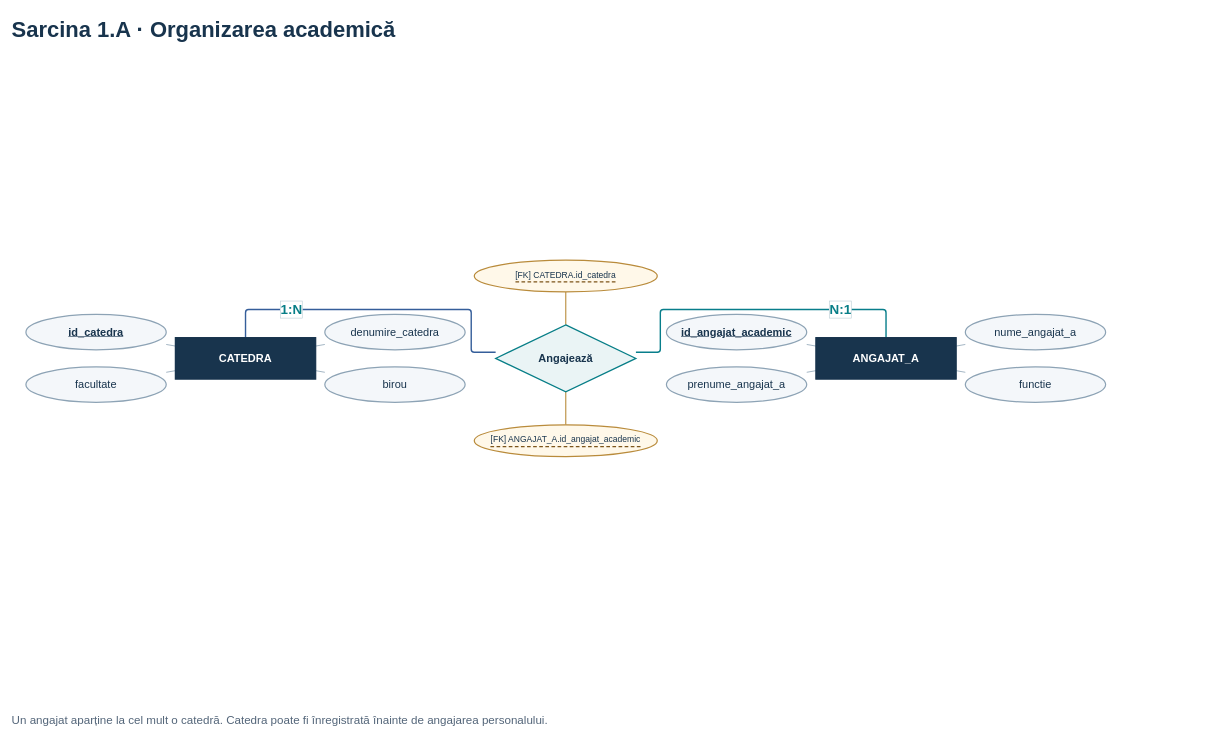
The draw.io diagram page "1.A · ER" (1 of 18) of lab 1/FINAL - Sarcinile 1-5/Laborator_1_Sarcinile_1-5_Simplificat.drawio in yuliitezarygml/bazele-de-date, before the edit. Source tidied: cells renumbered, new cells numbered last; positions are measured from the earlier drawing's top-left corner, leaving out a move shared by most shapes. Both pictures are drawn from the tidied source at 61%, with x=0, y=0 at pixel (10, 10).
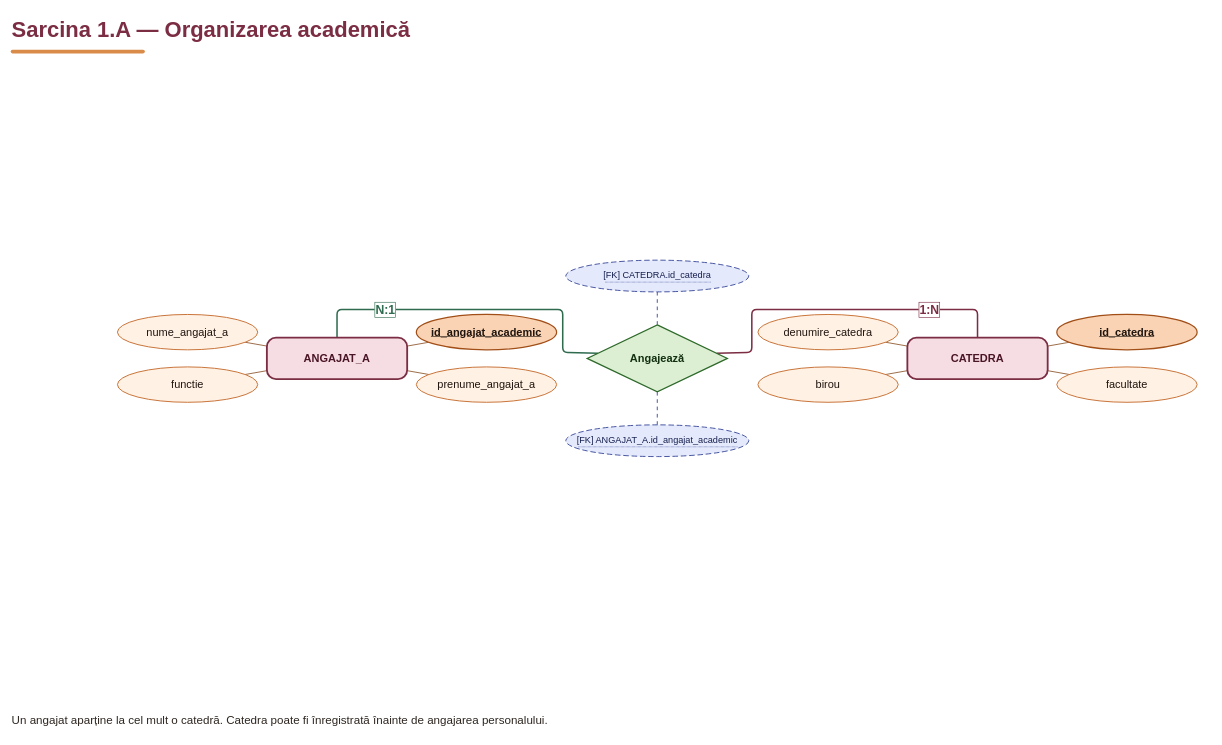
The same page after the edit.

Change to the diagram source:
```diff
@@
-    <mxCell id="2" style="edgeStyle=none;html=1;rounded=0;endArrow=none;strokeColor=#B98B3B;strokeWidth=1.8;fontFamily=Arial;fontSize=22;fontColor=#077E87;labelBackgroundColor=#FFFFFF;dashed=0;exitX=0.5;exitY=0;entryX=0.5;entryY=1;arcSize=10;jumpStyle=none;jumpSize=8;fontStyle=1;labelBorderColor=#D7E2E9;spacing=5;startArrow=none;" parent="1" edge="1" source="25" target="28">
+    <mxCell id="2" style="edgeStyle=none;html=1;rounded=1;arcSize=16;exitX=0.5;exitY=0;entryX=0.5;entryY=1;strokeColor=#3A4A9A;strokeWidth=1.5;dashed=1;dashPattern=4 4;endArrow=none;jumpStyle=gap;jumpSize=10;" parent="1" edge="1" source="25" target="28">
       <mxGeometry relative="1" as="geometry" />
     </mxCell>
-    <mxCell id="3" style="edgeStyle=none;html=1;rounded=0;endArrow=none;strokeColor=#B98B3B;strokeWidth=1.8;fontFamily=Arial;fontSize=22;fontColor=#077E87;labelBackgroundColor=#FFFFFF;dashed=0;exitX=0.5;exitY=1;entryX=0.5;entryY=0;arcSize=10;jumpStyle=none;jumpSize=8;fontStyle=1;labelBorderColor=#D7E2E9;spacing=5;startArrow=none;" parent="1" edge="1" source="25" target="27">
+    <mxCell id="3" style="edgeStyle=none;html=1;rounded=1;arcSize=16;exitX=0.5;exitY=1;entryX=0.5;entryY=0;strokeColor=#3A4A9A;strokeWidth=1.5;dashed=1;dashPattern=4 4;endArrow=none;jumpStyle=gap;jumpSize=10;" parent="1" edge="1" source="25" target="27">
       <mxGeometry relative="1" as="geometry" />
     </mxCell>
-    <mxCell id="4" value="N:1" style="edgeStyle=none;html=1;rounded=1;endArrow=none;strokeColor=#087E8B;strokeWidth=2.3;fontFamily=Arial;fontSize=22;fontColor=#077E87;labelBackgroundColor=#FFFFFF;exitX=0.5;exitY=0;entryX=1;entryY=0.4090909090909091;arcSize=10;jumpStyle=arc;jumpSize=9;fontStyle=1;labelBorderColor=#B9CDD5;spacing=5;" parent="1" edge="1" source="20" target="25">
+    <mxCell id="4" value="N:1" style="edgeStyle=none;html=1;rounded=1;arcSize=16;exitX=0.5;exitY=0;entryX=0;entryY=0.4090909090909091;strokeColor=#2F6B4F;strokeWidth=2.5;endArrow=none;fontFamily=Trebuchet MS;fontSize=20;fontStyle=1;fontColor=#2F6B4F;labelBackgroundColor=#FFFFFF;labelBorderColor=#2F6B4F;spacing=6;jumpStyle=gap;jumpSize=10;" parent="1" edge="1" source="20" target="25">
       <mxGeometry x="-0.54" relative="1" as="geometry">
         <Array as="points">
-          <mxPoint x="1435" y="490" />
-          <mxPoint x="1065" y="490" />
-          <mxPoint x="1065" y="560" />
+          <mxPoint x="535" y="490" />
+          <mxPoint x="905" y="490" />
+          <mxPoint x="905" y="560" />
         </Array>
       </mxGeometry>
     </mxCell>
-    <mxCell id="5" value="1:N" style="edgeStyle=none;html=1;rounded=1;endArrow=none;strokeColor=#355E9A;strokeWidth=2.3;fontFamily=Arial;fontSize=22;fontColor=#077E87;labelBackgroundColor=#FFFFFF;exitX=0.5;exitY=0;entryX=0;entryY=0.4090909090909091;arcSize=10;jumpStyle=arc;jumpSize=9;fontStyle=1;labelBorderColor=#B9CDD5;spacing=5;" parent="1" edge="1" source="15" target="25">
+    <mxCell id="5" value="1:N" style="edgeStyle=none;html=1;rounded=1;arcSize=16;exitX=0.5;exitY=0;entryX=1;entryY=0.4090909090909091;strokeColor=#7B2D43;strokeWidth=2.5;endArrow=none;fontFamily=Trebuchet MS;fontSize=20;fontStyle=1;fontColor=#7B2D43;labelBackgroundColor=#FFFFFF;labelBorderColor=#7B2D43;spacing=6;jumpStyle=gap;jumpSize=10;" parent="1" edge="1" source="15" target="25">
       <mxGeometry x="-0.54" relative="1" as="geometry">
         <Array as="points">
-          <mxPoint x="385" y="490" />
-          <mxPoint x="755" y="490" />
-          <mxPoint x="755" y="560" />
+          <mxPoint x="1585" y="490" />
+          <mxPoint x="1215" y="490" />
+          <mxPoint x="1215" y="560" />
         </Array>
       </mxGeometry>
     </mxCell>
-    <mxCell id="6" style="edgeStyle=none;html=1;rounded=1;endArrow=none;strokeColor=#077E87;strokeWidth=1.8;fontFamily=Arial;fontSize=17;fontColor=#077E87;labelBackgroundColor=#FFFFFF;strokeColor=#8DA3B5;strokeWidth=1.3;" parent="1" edge="1" source="20" target="24">
+    <mxCell id="6" style="edgeStyle=none;html=1;rounded=1;arcSize=16;strokeColor=#9C6A45;strokeWidth=1.6;endArrow=none;jumpStyle=gap;jumpSize=10;" parent="1" edge="1" source="20" target="24">
       <mxGeometry relative="1" as="geometry" />
     </mxCell>
-    <mxCell id="7" style="edgeStyle=none;html=1;rounded=1;endArrow=none;strokeColor=#077E87;strokeWidth=1.8;fontFamily=Arial;fontSize=17;fontColor=#077E87;labelBackgroundColor=#FFFFFF;strokeColor=#8DA3B5;strokeWidth=1.3;" parent="1" edge="1" source="20" target="23">
+    <mxCell id="7" style="edgeStyle=none;html=1;rounded=1;arcSize=16;strokeColor=#9C6A45;strokeWidth=1.6;endArrow=none;jumpStyle=gap;jumpSize=10;" parent="1" edge="1" source="20" target="23">
       <mxGeometry relative="1" as="geometry" />
     </mxCell>
-    <mxCell id="8" style="edgeStyle=none;html=1;rounded=1;endArrow=none;strokeColor=#077E87;strokeWidth=1.8;fontFamily=Arial;fontSize=17;fontColor=#077E87;labelBackgroundColor=#FFFFFF;strokeColor=#8DA3B5;strokeWidth=1.3;" parent="1" edge="1" source="20" target="22">
+    <mxCell id="8" style="edgeStyle=none;html=1;rounded=1;arcSize=16;strokeColor=#9C6A45;strokeWidth=1.6;endArrow=none;jumpStyle=gap;jumpSize=10;" parent="1" edge="1" source="20" target="22">
       <mxGeometry relative="1" as="geometry" />
     </mxCell>
-    <mxCell id="9" style="edgeStyle=none;html=1;rounded=1;endArrow=none;strokeColor=#077E87;strokeWidth=1.8;fontFamily=Arial;fontSize=17;fontColor=#077E87;labelBackgroundColor=#FFFFFF;strokeColor=#8DA3B5;strokeWidth=1.3;" parent="1" edge="1" source="20" target="21">
+    <mxCell id="9" style="edgeStyle=none;html=1;rounded=1;arcSize=16;strokeColor=#9C6A45;strokeWidth=1.6;endArrow=none;jumpStyle=gap;jumpSize=10;" parent="1" edge="1" source="20" target="21">
       <mxGeometry relative="1" as="geometry" />
     </mxCell>
-    <mxCell id="10" style="edgeStyle=none;html=1;rounded=1;endArrow=none;strokeColor=#077E87;strokeWidth=1.8;fontFamily=Arial;fontSize=17;fontColor=#077E87;labelBackgroundColor=#FFFFFF;strokeColor=#8DA3B5;strokeWidth=1.3;" parent="1" edge="1" source="15" target="19">
+    <mxCell id="10" style="edgeStyle=none;html=1;rounded=1;arcSize=16;strokeColor=#9C6A45;strokeWidth=1.6;endArrow=none;jumpStyle=gap;jumpSize=10;" parent="1" edge="1" source="15" target="19">
       <mxGeometry relative="1" as="geometry" />
     </mxCell>
-    <mxCell id="11" style="edgeStyle=none;html=1;rounded=1;endArrow=none;strokeColor=#077E87;strokeWidth=1.8;fontFamily=Arial;fontSize=17;fontColor=#077E87;labelBackgroundColor=#FFFFFF;strokeColor=#8DA3B5;strokeWidth=1.3;" parent="1" edge="1" source="15" target="18">
+    <mxCell id="11" style="edgeStyle=none;html=1;rounded=1;arcSize=16;strokeColor=#9C6A45;strokeWidth=1.6;endArrow=none;jumpStyle=gap;jumpSize=10;" parent="1" edge="1" source="15" target="18">
       <mxGeometry relative="1" as="geometry" />
     </mxCell>
-    <mxCell id="12" style="edgeStyle=none;html=1;rounded=1;endArrow=none;strokeColor=#077E87;strokeWidth=1.8;fontFamily=Arial;fontSize=17;fontColor=#077E87;labelBackgroundColor=#FFFFFF;strokeColor=#8DA3B5;strokeWidth=1.3;" parent="1" edge="1" source="15" target="17">
+    <mxCell id="12" style="edgeStyle=none;html=1;rounded=1;arcSize=16;strokeColor=#9C6A45;strokeWidth=1.6;endArrow=none;jumpStyle=gap;jumpSize=10;" parent="1" edge="1" source="15" target="17">
       <mxGeometry relative="1" as="geometry" />
     </mxCell>
-    <mxCell id="13" style="edgeStyle=none;html=1;rounded=1;endArrow=none;strokeColor=#077E87;strokeWidth=1.8;fontFamily=Arial;fontSize=17;fontColor=#077E87;labelBackgroundColor=#FFFFFF;strokeColor=#8DA3B5;strokeWidth=1.3;" parent="1" edge="1" source="15" target="16">
+    <mxCell id="13" style="edgeStyle=none;html=1;rounded=1;arcSize=16;strokeColor=#9C6A45;strokeWidth=1.6;endArrow=none;jumpStyle=gap;jumpSize=10;" parent="1" edge="1" source="15" target="16">
       <mxGeometry relative="1" as="geometry" />
     </mxCell>
-    <mxCell id="14" value="Sarcina 1.A · Organizarea academică&amp;nbsp;" style="text;html=1;whiteSpace=wrap;overflow=hidden;align=left;verticalAlign=middle;fontFamily=Arial;fontSize=36;fontColor=#18344D;fontStyle=1;" parent="1" vertex="1">
+    <mxCell id="14" value="Sarcina 1.A — Organizarea academică " style="text;html=1;whiteSpace=wrap;fontFamily=Trebuchet MS;fontSize=36;overflow=hidden;align=left;verticalAlign=middle;fontStyle=1;fontColor=#7B2D43;" parent="1" vertex="1">
       <mxGeometry width="1970" height="60" as="geometry" />
     </mxCell>
-    <mxCell id="15" value="&lt;b&gt;CATEDRA&lt;/b&gt;" style="shape=rectangle;html=1;whiteSpace=wrap;align=center;verticalAlign=middle;rounded=0;fontFamily=Arial;fontSize=18;fontColor=#FFFFFF;strokeColor=#18344D;fillColor=#18344D;strokeWidth=2;fontStyle=1;" parent="1" vertex="1">
-      <mxGeometry x="270" y="536" width="230" height="68" as="geometry" />
+    <mxCell id="15" value="&lt;b&gt;CATEDRA&lt;/b&gt;" style="rounded=1;arcSize=22;html=1;whiteSpace=wrap;fontFamily=Trebuchet MS;fontSize=18;align=center;verticalAlign=middle;fontStyle=1;fontColor=#4A1526;fillColor=#F6DCE3;strokeColor=#7B2D43;strokeWidth=3;" parent="1" vertex="1">
+      <mxGeometry x="1470" y="536" width="230" height="68" as="geometry" />
     </mxCell>
-    <mxCell id="16" value="&lt;u&gt;&lt;b&gt;id_catedra&lt;/b&gt;&lt;/u&gt;" style="shape=ellipse;html=1;whiteSpace=wrap;align=center;verticalAlign=middle;rounded=0;fontFamily=Arial;fontSize=18;fontColor=#18344D;strokeColor=#8DA3B5;fillColor=#F4F7FA;strokeWidth=2;fontStyle=0;" parent="1" vertex="1">
-      <mxGeometry x="25" y="498" width="230" height="58" as="geometry" />
+    <mxCell id="16" value="&lt;u&gt;&lt;b&gt;id_catedra&lt;/b&gt;&lt;/u&gt;" style="ellipse;html=1;whiteSpace=wrap;fontFamily=Trebuchet MS;fontSize=18;align=center;verticalAlign=middle;fontColor=#1F140E;fillColor=#F9D3B4;strokeColor=#A24E17;strokeWidth=2;" parent="1" vertex="1">
+      <mxGeometry x="1715" y="498" width="230" height="58" as="geometry" />
     </mxCell>
-    <mxCell id="17" value="denumire_catedra" style="shape=ellipse;html=1;whiteSpace=wrap;align=center;verticalAlign=middle;rounded=0;fontFamily=Arial;fontSize=18;fontColor=#18344D;strokeColor=#8DA3B5;fillColor=#F4F7FA;strokeWidth=2;fontStyle=0;" parent="1" vertex="1">
-      <mxGeometry x="515" y="498" width="230" height="58" as="geometry" />
+    <mxCell id="17" value="denumire_catedra" style="ellipse;html=1;whiteSpace=wrap;fontFamily=Trebuchet MS;fontSize=18;align=center;verticalAlign=middle;fontColor=#1F140E;fillColor=#FFF1E3;strokeColor=#C46A2B;strokeWidth=1.5;" parent="1" vertex="1">
+      <mxGeometry x="1225" y="498" width="230" height="58" as="geometry" />
     </mxCell>
-    <mxCell id="18" value="facultate" style="shape=ellipse;html=1;whiteSpace=wrap;align=center;verticalAlign=middle;rounded=0;fontFamily=Arial;fontSize=18;fontColor=#18344D;strokeColor=#8DA3B5;fillColor=#F4F7FA;strokeWidth=2;fontStyle=0;" parent="1" vertex="1">
-      <mxGeometry x="25" y="584" width="230" height="58" as="geometry" />
+    <mxCell id="18" value="facultate" style="ellipse;html=1;whiteSpace=wrap;fontFamily=Trebuchet MS;fontSize=18;align=center;verticalAlign=middle;fontColor=#1F140E;fillColor=#FFF1E3;strokeColor=#C46A2B;strokeWidth=1.5;" parent="1" vertex="1">
+      <mxGeometry x="1715" y="584" width="230" height="58" as="geometry" />
     </mxCell>
-    <mxCell id="19" value="birou" style="shape=ellipse;html=1;whiteSpace=wrap;align=center;verticalAlign=middle;rounded=0;fontFamily=Arial;fontSize=18;fontColor=#18344D;strokeColor=#8DA3B5;fillColor=#F4F7FA;strokeWidth=2;fontStyle=0;" parent="1" vertex="1">
-      <mxGeometry x="515" y="584" width="230" height="58" as="geometry" />
+    <mxCell id="19" value="birou" style="ellipse;html=1;whiteSpace=wrap;fontFamily=Trebuchet MS;fontSize=18;align=center;verticalAlign=middle;fontColor=#1F140E;fillColor=#FFF1E3;strokeColor=#C46A2B;strokeWidth=1.5;" parent="1" vertex="1">
+      <mxGeometry x="1225" y="584" width="230" height="58" as="geometry" />
     </mxCell>
-    <mxCell id="20" value="&lt;b&gt;ANGAJAT_A&lt;/b&gt;" style="shape=rectangle;html=1;whiteSpace=wrap;align=center;verticalAlign=middle;rounded=0;fontFamily=Arial;fontSize=18;fontColor=#FFFFFF;strokeColor=#18344D;fillColor=#18344D;strokeWidth=2;fontStyle=1;" parent="1" vertex="1">
-      <mxGeometry x="1320" y="536" width="230" height="68" as="geometry" />
+    <mxCell id="20" value="&lt;b&gt;ANGAJAT_A&lt;/b&gt;" style="rounded=1;arcSize=22;html=1;whiteSpace=wrap;fontFamily=Trebuchet MS;fontSize=18;align=center;verticalAlign=middle;fontStyle=1;fontColor=#4A1526;fillColor=#F6DCE3;strokeColor=#7B2D43;strokeWidth=3;" parent="1" vertex="1">
+      <mxGeometry x="420" y="536" width="230" height="68" as="geometry" />
     </mxCell>
-    <mxCell id="21" value="&lt;u&gt;&lt;b&gt;id_angajat_academic&lt;/b&gt;&lt;/u&gt;" style="shape=ellipse;html=1;whiteSpace=wrap;align=center;verticalAlign=middle;rounded=0;fontFamily=Arial;fontSize=18;fontColor=#18344D;strokeColor=#8DA3B5;fillColor=#F4F7FA;strokeWidth=2;fontStyle=0;" parent="1" vertex="1">
-      <mxGeometry x="1075" y="498" width="230" height="58" as="geometry" />
+    <mxCell id="21" value="&lt;u&gt;&lt;b&gt;id_angajat_academic&lt;/b&gt;&lt;/u&gt;" style="ellipse;html=1;whiteSpace=wrap;fontFamily=Trebuchet MS;fontSize=18;align=center;verticalAlign=middle;fontColor=#1F140E;fillColor=#F9D3B4;strokeColor=#A24E17;strokeWidth=2;" parent="1" vertex="1">
+      <mxGeometry x="665" y="498" width="230" height="58" as="geometry" />
     </mxCell>
-    <mxCell id="22" value="nume_angajat_a" style="shape=ellipse;html=1;whiteSpace=wrap;align=center;verticalAlign=middle;rounded=0;fontFamily=Arial;fontSize=18;fontColor=#18344D;strokeColor=#8DA3B5;fillColor=#F4F7FA;strokeWidth=2;fontStyle=0;" parent="1" vertex="1">
-      <mxGeometry x="1565" y="498" width="230" height="58" as="geometry" />
+    <mxCell id="22" value="nume_angajat_a" style="ellipse;html=1;whiteSpace=wrap;fontFamily=Trebuchet MS;fontSize=18;align=center;verticalAlign=middle;fontColor=#1F140E;fillColor=#FFF1E3;strokeColor=#C46A2B;strokeWidth=1.5;" parent="1" vertex="1">
+      <mxGeometry x="175" y="498" width="230" height="58" as="geometry" />
     </mxCell>
-    <mxCell id="23" value="prenume_angajat_a" style="shape=ellipse;html=1;whiteSpace=wrap;align=center;verticalAlign=middle;rounded=0;fontFamily=Arial;fontSize=18;fontColor=#18344D;strokeColor=#8DA3B5;fillColor=#F4F7FA;strokeWidth=2;fontStyle=0;" parent="1" vertex="1">
-      <mxGeometry x="1075" y="584" width="230" height="58" as="geometry" />
+    <mxCell id="23" value="prenume_angajat_a" style="ellipse;html=1;whiteSpace=wrap;fontFamily=Trebuchet MS;fontSize=18;align=center;verticalAlign=middle;fontColor=#1F140E;fillColor=#FFF1E3;strokeColor=#C46A2B;strokeWidth=1.5;" parent="1" vertex="1">
+      <mxGeometry x="665" y="584" width="230" height="58" as="geometry" />
     </mxCell>
-    <mxCell id="24" value="functie" style="shape=ellipse;html=1;whiteSpace=wrap;align=center;verticalAlign=middle;rounded=0;fontFamily=Arial;fontSize=18;fontColor=#18344D;strokeColor=#8DA3B5;fillColor=#F4F7FA;strokeWidth=2;fontStyle=0;" parent="1" vertex="1">
-      <mxGeometry x="1565" y="584" width="230" height="58" as="geometry" />
+    <mxCell id="24" value="functie" style="ellipse;html=1;whiteSpace=wrap;fontFamily=Trebuchet MS;fontSize=18;align=center;verticalAlign=middle;fontColor=#1F140E;fillColor=#FFF1E3;strokeColor=#C46A2B;strokeWidth=1.5;" parent="1" vertex="1">
+      <mxGeometry x="175" y="584" width="230" height="58" as="geometry" />
     </mxCell>
-    <mxCell id="25" value="&lt;b&gt;Angajează&lt;/b&gt;" style="shape=rhombus;html=1;whiteSpace=wrap;align=center;verticalAlign=middle;rounded=0;fontFamily=Arial;fontSize=18;fontColor=#18344D;strokeColor=#077E87;fillColor=#EAF4F5;strokeWidth=2;fontStyle=0;" parent="1" vertex="1">
-      <mxGeometry x="795" y="515" width="230" height="110" as="geometry" />
+    <mxCell id="25" value="&lt;b&gt;Angajează&lt;/b&gt;" style="rhombus;html=1;whiteSpace=wrap;fontFamily=Trebuchet MS;fontSize=18;align=center;verticalAlign=middle;fontColor=#12300F;fillColor=#DCEFD3;strokeColor=#2F6A2B;strokeWidth=2;" parent="1" vertex="1">
+      <mxGeometry x="945" y="515" width="230" height="110" as="geometry" />
     </mxCell>
-    <mxCell id="26" value="Un angajat aparține la cel mult o catedră. Catedra poate fi înregistrată înainte de angajarea personalului." style="text;html=1;whiteSpace=wrap;overflow=hidden;align=left;verticalAlign=middle;fontFamily=Arial;fontSize=19;fontColor=#536579;fontStyle=0;" parent="1" vertex="1">
+    <mxCell id="26" value="Un angajat aparține la cel mult o catedră. Catedra poate fi înregistrată înainte de angajarea personalului." style="text;html=1;whiteSpace=wrap;fontFamily=Trebuchet MS;fontSize=19;overflow=hidden;align=left;verticalAlign=middle;fontStyle=0;fontColor=#2E2620;" parent="1" vertex="1">
       <mxGeometry y="1140" width="1970" height="48" as="geometry" />
     </mxCell>
-    <mxCell id="27" value="&lt;span style=&quot;display:inline-block;border-bottom:2px dashed #7D551A;padding-bottom:2px;&quot;&gt;[FK] ANGAJAT_A.id_angajat_academic&lt;/span&gt;" style="shape=ellipse;html=1;whiteSpace=wrap;align=center;verticalAlign=middle;fontFamily=Arial;fontSize=14;strokeWidth=2;fillColor=#FFF8E9;strokeColor=#B98B3B;fontColor=#18344D;" parent="1" vertex="1">
-      <mxGeometry x="760" y="679" width="300" height="52" as="geometry" />
+    <mxCell id="27" value="&lt;span style=&quot;display:inline-block;border-bottom:1px dotted #3A4A9A;padding-bottom:2px;&quot;&gt;[FK] ANGAJAT_A.id_angajat_academic&lt;/span&gt;" style="ellipse;html=1;whiteSpace=wrap;fontFamily=Trebuchet MS;fontSize=15;align=center;verticalAlign=middle;fontColor=#16204F;fillColor=#E4E9FB;strokeColor=#3A4A9A;strokeWidth=1.5;dashed=1;dashPattern=6 3;" parent="1" vertex="1">
+      <mxGeometry x="910" y="679" width="300" height="52" as="geometry" />
     </mxCell>
-    <mxCell id="28" value="&lt;span style=&quot;display:inline-block;border-bottom:2px dashed #7D551A;padding-bottom:2px;&quot;&gt;[FK] CATEDRA.id_catedra&lt;/span&gt;" style="shape=ellipse;html=1;whiteSpace=wrap;align=center;verticalAlign=middle;fontFamily=Arial;fontSize=14;strokeWidth=2;fillColor=#FFF8E9;strokeColor=#B98B3B;fontColor=#18344D;" parent="1" vertex="1">
-      <mxGeometry x="760" y="409" width="300" height="52" as="geometry" />
+    <mxCell id="28" value="&lt;span style=&quot;display:inline-block;border-bottom:1px dotted #3A4A9A;padding-bottom:2px;&quot;&gt;[FK] CATEDRA.id_catedra&lt;/span&gt;" style="ellipse;html=1;whiteSpace=wrap;fontFamily=Trebuchet MS;fontSize=15;align=center;verticalAlign=middle;fontColor=#16204F;fillColor=#E4E9FB;strokeColor=#3A4A9A;strokeWidth=1.5;dashed=1;dashPattern=6 3;" parent="1" vertex="1">
+      <mxGeometry x="910" y="409" width="300" height="52" as="geometry" />
     </mxCell>
+    <mxCell id="29" style="rounded=1;arcSize=50;html=1;fillColor=#D98B4A;strokeColor=none;" parent="1" vertex="1">
+      <mxGeometry y="64" width="220" height="6" as="geometry" />
+    </mxCell>
```
